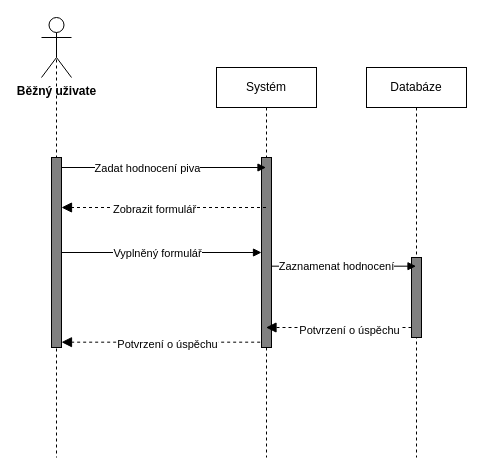
The draw.io diagram page "Hodnocení hospod" (4 of 8) of IUS/IUS_projekt/Sequence.drawio in dan1235689/Diagrams, before the edit. Source tidied: cells renumbered, new cells numbered last; positions are measured from the earlier drawing's top-left corner, leaving out a move shared by most shapes. Both pictures are drawn from the tidied source at 100%, with x=0, y=0 at pixel (41, 17).
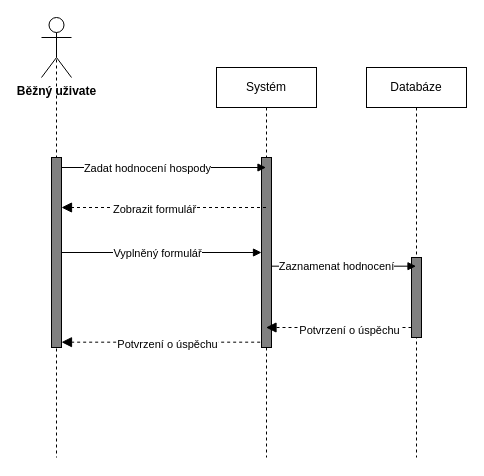
The same page after the edit.

Unchanged cells that the change refers to:
```xml
<mxCell id="10" style="html=1;verticalAlign=bottom;labelBackgroundColor=none;endArrow=block;endFill=1;" parent="1" edge="1" source="9" target="2">
  <mxGeometry relative="1" as="geometry">
    <Array as="points">
      <mxPoint x="95" y="150" />
    </Array>
  </mxGeometry>
</mxCell>
```

What changed in the source:
```diff
@@
-    <mxCell id="11" value="Zadat hodnocení piva" style="edgeLabel;html=1;align=center;verticalAlign=middle;" parent="10" vertex="1">
+    <mxCell id="11" value="Zadat hodnocení hospody" style="edgeLabel;html=1;align=center;verticalAlign=middle;" parent="10" vertex="1">
       <mxGeometry x="-0.17" relative="1" as="geometry" />
     </mxCell>
```
